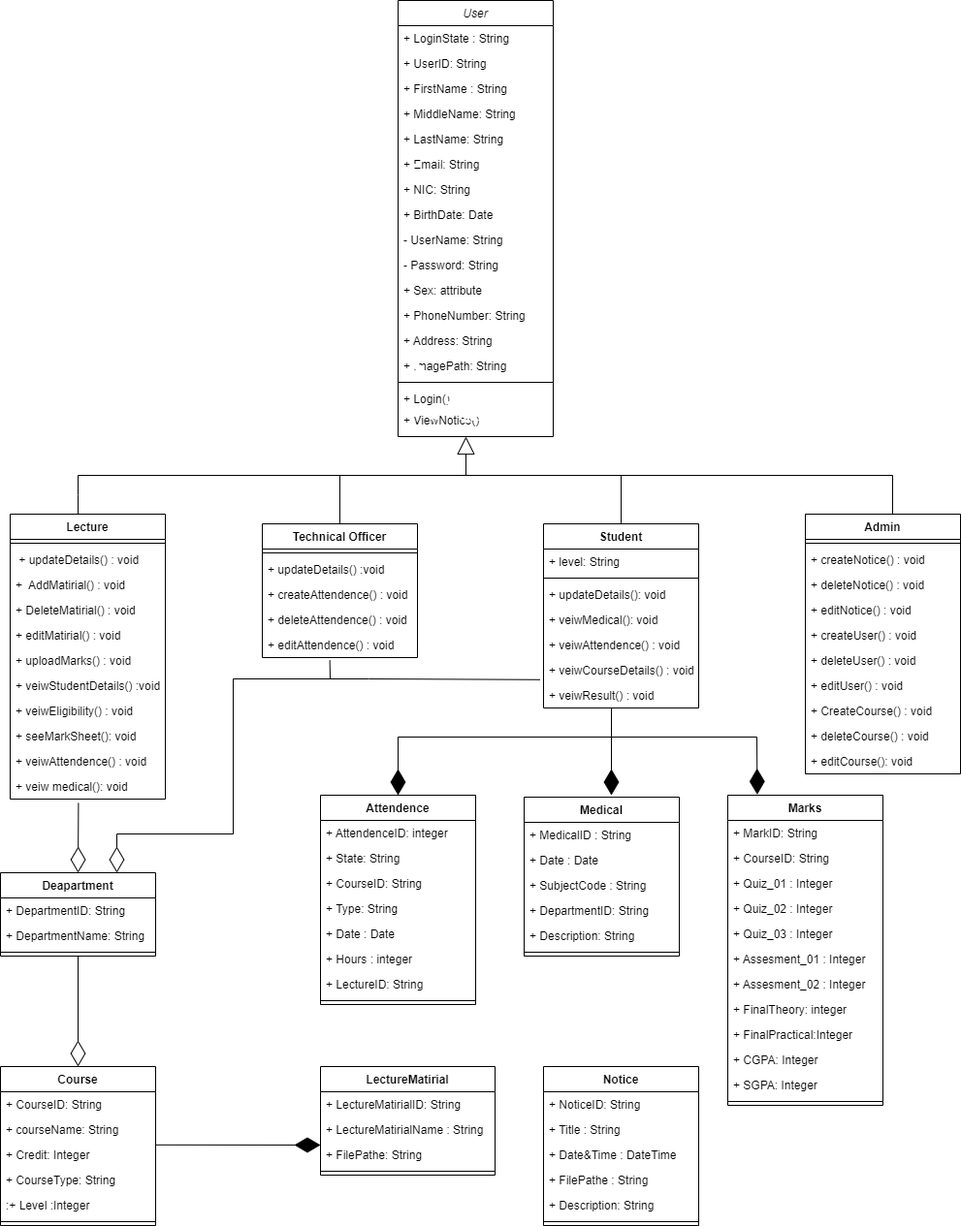
This is class_diagram.drawio.png from ChandimalPriyamantha/Java_Project_TECMIS, a draw.io export, as it was before one commit. Source tidied: cells renumbered, new cells last; positions are measured from the earlier drawing's top-left corner, leaving out a move shared by most shapes.
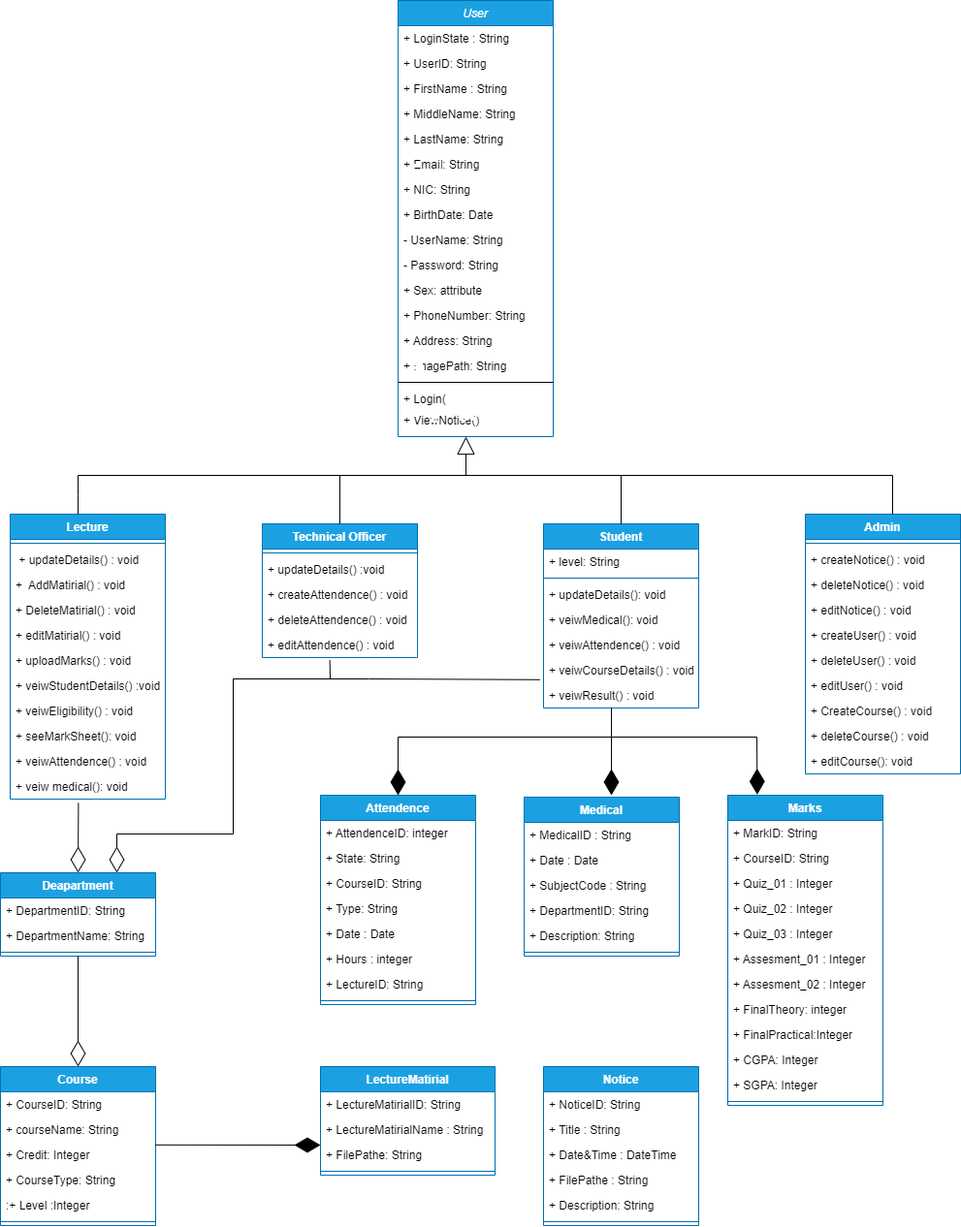
After the change.

Change to the diagram source:
```diff
@@ -2,7 +2,7 @@
   <root>
     <mxCell id="0" />
     <mxCell id="1" parent="0" />
-    <mxCell id="2" value="User" style="swimlane;fontStyle=2;align=center;verticalAlign=top;horizontal=1;startSize=26;rounded=0;shadow=0;strokeWidth=1;" parent="1" vertex="1">
+    <mxCell id="2" value="User" style="swimlane;fontStyle=2;align=center;verticalAlign=top;horizontal=1;startSize=26;rounded=0;shadow=0;strokeWidth=1;fillColor=#1ba1e2;fontColor=#ffffff;strokeColor=#006EAF;" parent="1" vertex="1">
       <mxGeometry x="410" width="160" height="450" as="geometry" />
     </mxCell>
     <mxCell id="3" value="+ LoginState : String" style="text;align=left;verticalAlign=top;spacingLeft=4;spacingRight=4;overflow=hidden;" parent="2" vertex="1">
@@ -56,7 +56,7 @@
     <mxCell id="19" value="+ ViewNotice()" style="text;strokeColor=none;fillColor=none;align=left;verticalAlign=top;spacingLeft=4;spacingRight=4;overflow=hidden;" parent="2" vertex="1">
       <mxGeometry y="420" width="160" height="26" as="geometry" />
     </mxCell>
-    <mxCell id="20" value="Admin" style="swimlane;fontStyle=1;align=center;verticalAlign=top;horizontal=1;startSize=26;" parent="1" vertex="1">
+    <mxCell id="20" value="Admin" style="swimlane;fontStyle=1;align=center;verticalAlign=top;horizontal=1;startSize=26;fillColor=#1ba1e2;fontColor=#ffffff;strokeColor=#006EAF;" parent="1" vertex="1">
       <mxGeometry x="830" y="530" width="160" height="268" as="geometry" />
     </mxCell>
     <mxCell id="21" style="line;strokeWidth=1;fillColor=none;align=left;verticalAlign=middle;spacingTop=-1;spacingLeft=3;spacingRight=3;labelPosition=right;strokeColor=inherit;" parent="20" vertex="1">
@@ -89,7 +89,7 @@
     <mxCell id="30" value="+ editCourse(): void" style="text;strokeColor=none;fillColor=none;align=left;verticalAlign=top;spacingLeft=4;spacingRight=4;overflow=hidden;" parent="20" vertex="1">
       <mxGeometry y="242" width="160" height="26" as="geometry" />
     </mxCell>
-    <mxCell id="31" value="Lecture" style="swimlane;fontStyle=1;align=center;verticalAlign=top;horizontal=1;startSize=26;" parent="1" vertex="1">
+    <mxCell id="31" value="Lecture" style="swimlane;fontStyle=1;align=center;verticalAlign=top;horizontal=1;startSize=26;fillColor=#1ba1e2;fontColor=#ffffff;strokeColor=#006EAF;" parent="1" vertex="1">
       <mxGeometry x="10" y="530" width="160" height="294" as="geometry" />
     </mxCell>
     <mxCell id="32" style="line;strokeWidth=1;fillColor=none;align=left;verticalAlign=middle;spacingTop=-1;spacingLeft=3;spacingRight=3;labelPosition=right;strokeColor=inherit;" parent="31" vertex="1">
@@ -125,7 +125,7 @@
     <mxCell id="42" value="+ veiw medical(): void" style="text;strokeColor=none;fillColor=none;align=left;verticalAlign=top;spacingLeft=4;spacingRight=4;overflow=hidden;points=[[0,0.5],[1,0.5]];portConstraint=eastwest;" parent="31" vertex="1">
       <mxGeometry y="268" width="160" height="26" as="geometry" />
     </mxCell>
-    <mxCell id="43" value="Student" style="swimlane;fontStyle=1;align=center;verticalAlign=top;horizontal=1;startSize=26;" parent="1" vertex="1">
+    <mxCell id="43" value="Student" style="swimlane;fontStyle=1;align=center;verticalAlign=top;horizontal=1;startSize=26;fillColor=#1ba1e2;fontColor=#ffffff;strokeColor=#006EAF;" parent="1" vertex="1">
       <mxGeometry x="560" y="540" width="160" height="190" as="geometry" />
     </mxCell>
     <mxCell id="44" value="+ level: String" style="text;strokeColor=none;fillColor=none;align=left;verticalAlign=top;spacingLeft=4;spacingRight=4;overflow=hidden;" parent="43" vertex="1">
@@ -149,7 +149,7 @@
     <mxCell id="50" value="+ veiwResult() : void" style="text;strokeColor=none;fillColor=none;align=left;verticalAlign=top;spacingLeft=4;spacingRight=4;overflow=hidden;" parent="43" vertex="1">
       <mxGeometry y="164" width="160" height="26" as="geometry" />
     </mxCell>
-    <mxCell id="51" value="Technical Officer" style="swimlane;fontStyle=1;align=center;verticalAlign=top;horizontal=1;startSize=26;" parent="1" vertex="1">
+    <mxCell id="51" value="Technical Officer" style="swimlane;fontStyle=1;align=center;verticalAlign=top;horizontal=1;startSize=26;fillColor=#1ba1e2;fontColor=#ffffff;strokeColor=#006EAF;" parent="1" vertex="1">
       <mxGeometry x="270" y="540" width="160" height="138" as="geometry" />
     </mxCell>
     <mxCell id="52" style="line;strokeWidth=1;fillColor=none;align=left;verticalAlign=middle;spacingTop=-1;spacingLeft=3;spacingRight=3;labelPosition=right;strokeColor=inherit;" parent="51" vertex="1">
@@ -204,7 +204,7 @@
         <mxPoint x="480" y="450" as="targetPoint" />
       </mxGeometry>
     </mxCell>
-    <mxCell id="63" value="Medical" style="swimlane;fontStyle=1;align=center;verticalAlign=top;horizontal=1;startSize=26;" parent="1" vertex="1">
+    <mxCell id="63" value="Medical" style="swimlane;fontStyle=1;align=center;verticalAlign=top;horizontal=1;startSize=26;fillColor=#1ba1e2;fontColor=#ffffff;strokeColor=#006EAF;" parent="1" vertex="1">
       <mxGeometry x="540" y="822" width="160" height="164" as="geometry" />
     </mxCell>
     <mxCell id="64" value="+ MedicalID : String" style="text;strokeColor=none;fillColor=none;align=left;verticalAlign=top;spacingLeft=4;spacingRight=4;overflow=hidden;" parent="63" vertex="1">
@@ -231,7 +231,7 @@
         <mxPoint x="630" y="820" as="targetPoint" />
       </mxGeometry>
     </mxCell>
-    <mxCell id="71" value="Attendence" style="swimlane;fontStyle=1;align=center;verticalAlign=top;horizontal=1;startSize=26;" parent="1" vertex="1">
+    <mxCell id="71" value="Attendence" style="swimlane;fontStyle=1;align=center;verticalAlign=top;horizontal=1;startSize=26;fillColor=#1ba1e2;fontColor=#ffffff;strokeColor=#006EAF;" parent="1" vertex="1">
       <mxGeometry x="330" y="820" width="160" height="216" as="geometry" />
     </mxCell>
     <mxCell id="72" value="+ AttendenceID: integer" style="text;strokeColor=none;fillColor=none;align=left;verticalAlign=top;spacingLeft=4;spacingRight=4;overflow=hidden;" parent="71" vertex="1">
@@ -275,7 +275,7 @@
         <mxPoint x="630" y="730" as="targetPoint" />
       </mxGeometry>
     </mxCell>
-    <mxCell id="83" value="Marks" style="swimlane;fontStyle=1;align=center;verticalAlign=top;horizontal=1;startSize=26;" parent="1" vertex="1">
+    <mxCell id="83" value="Marks" style="swimlane;fontStyle=1;align=center;verticalAlign=top;horizontal=1;startSize=26;fillColor=#1ba1e2;fontColor=#ffffff;strokeColor=#006EAF;" parent="1" vertex="1">
       <mxGeometry x="750" y="820" width="160" height="320" as="geometry" />
     </mxCell>
     <mxCell id="84" value="+ MarkID: String" style="text;strokeColor=none;fillColor=none;align=left;verticalAlign=top;spacingLeft=4;spacingRight=4;overflow=hidden;" parent="83" vertex="1">
@@ -325,7 +325,7 @@
         <mxPoint x="780" y="760" as="sourcePoint" />
       </mxGeometry>
     </mxCell>
-    <mxCell id="98" value="Deapartment" style="swimlane;fontStyle=1;align=center;verticalAlign=top;horizontal=1;startSize=26;" parent="1" vertex="1">
+    <mxCell id="98" value="Deapartment" style="swimlane;fontStyle=1;align=center;verticalAlign=top;horizontal=1;startSize=26;fillColor=#1ba1e2;fontColor=#ffffff;strokeColor=#006EAF;" parent="1" vertex="1">
       <mxGeometry y="900" width="160" height="86" as="geometry" />
     </mxCell>
     <mxCell id="99" value="+ DepartmentID: String" style="text;strokeColor=none;fillColor=none;align=left;verticalAlign=top;spacingLeft=4;spacingRight=4;overflow=hidden;" parent="98" vertex="1">
@@ -370,7 +370,7 @@
         <mxPoint x="240" y="860" as="targetPoint" />
       </mxGeometry>
     </mxCell>
-    <mxCell id="108" value="Course" style="swimlane;fontStyle=1;align=center;verticalAlign=top;horizontal=1;startSize=26;" parent="1" vertex="1">
+    <mxCell id="108" value="Course" style="swimlane;fontStyle=1;align=center;verticalAlign=top;horizontal=1;startSize=26;fillColor=#1ba1e2;fontColor=#ffffff;strokeColor=#006EAF;" parent="1" vertex="1">
       <mxGeometry y="1100" width="160" height="164" as="geometry" />
     </mxCell>
     <mxCell id="109" value="+ CourseID: String" style="text;strokeColor=none;fillColor=none;align=left;verticalAlign=top;spacingLeft=4;spacingRight=4;overflow=hidden;" parent="108" vertex="1">
@@ -391,7 +391,7 @@
     <mxCell id="114" style="line;strokeWidth=1;fillColor=none;align=left;verticalAlign=middle;spacingTop=-1;spacingLeft=3;spacingRight=3;labelPosition=right;strokeColor=inherit;" parent="108" vertex="1">
       <mxGeometry y="156" width="160" height="8" as="geometry" />
     </mxCell>
-    <mxCell id="115" value="LectureMatirial" style="swimlane;fontStyle=1;align=center;verticalAlign=top;horizontal=1;startSize=26;" parent="1" vertex="1">
+    <mxCell id="115" value="LectureMatirial" style="swimlane;fontStyle=1;align=center;verticalAlign=top;horizontal=1;startSize=26;fillColor=#1ba1e2;fontColor=#ffffff;strokeColor=#006EAF;" parent="1" vertex="1">
       <mxGeometry x="330" y="1100" width="180" height="112" as="geometry" />
     </mxCell>
     <mxCell id="116" value="+ LectureMatirialID: String" style="text;strokeColor=none;fillColor=none;align=left;verticalAlign=top;spacingLeft=4;spacingRight=4;overflow=hidden;" parent="115" vertex="1">
@@ -414,7 +414,7 @@
         <mxPoint x="330" y="1181" as="targetPoint" />
       </mxGeometry>
     </mxCell>
-    <mxCell id="122" value="Notice" style="swimlane;fontStyle=1;align=center;verticalAlign=top;horizontal=1;startSize=26;" parent="1" vertex="1">
+    <mxCell id="122" value="Notice" style="swimlane;fontStyle=1;align=center;verticalAlign=top;horizontal=1;startSize=26;fillColor=#1ba1e2;fontColor=#ffffff;strokeColor=#006EAF;" parent="1" vertex="1">
       <mxGeometry x="560" y="1100" width="160" height="164" as="geometry" />
     </mxCell>
     <mxCell id="123" value="+ NoticeID: String" style="text;strokeColor=none;fillColor=none;align=left;verticalAlign=top;spacingLeft=4;spacingRight=4;overflow=hidden;" parent="122" vertex="1">
```
